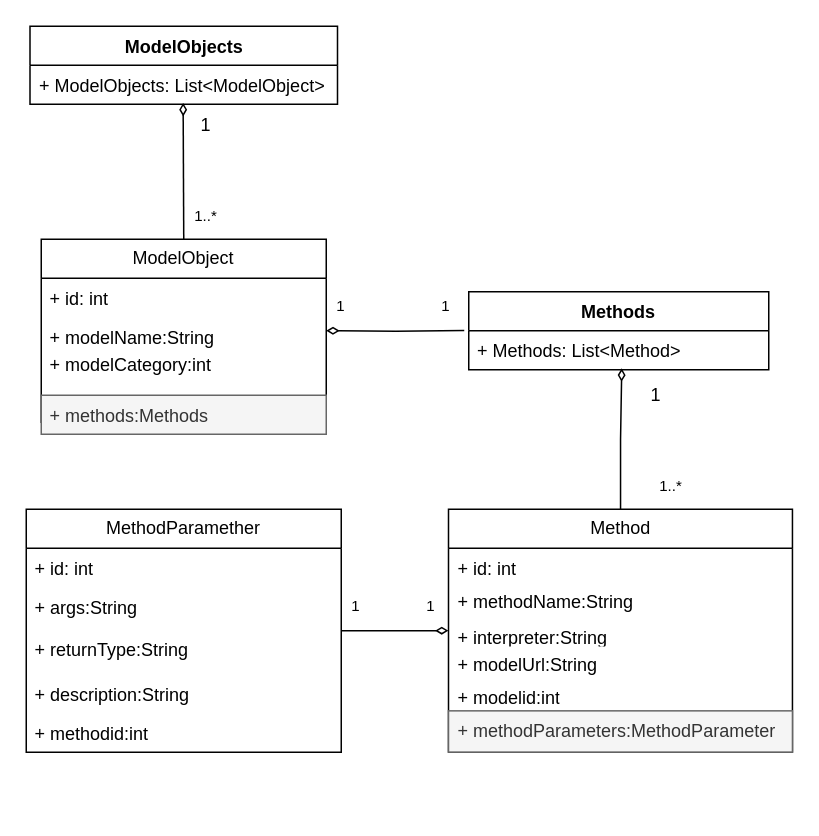
The draw.io diagram page "第 1 页" (1 of 2) of tree.drawio in liujing-maker/IDEA, before the edit. Source tidied: cells renumbered, new cells numbered last; positions are measured from the earlier drawing's top-left corner, leaving out a move shared by most shapes. Both pictures are drawn from the tidied source at 150%, with x=0, y=0 at pixel (26, 26).
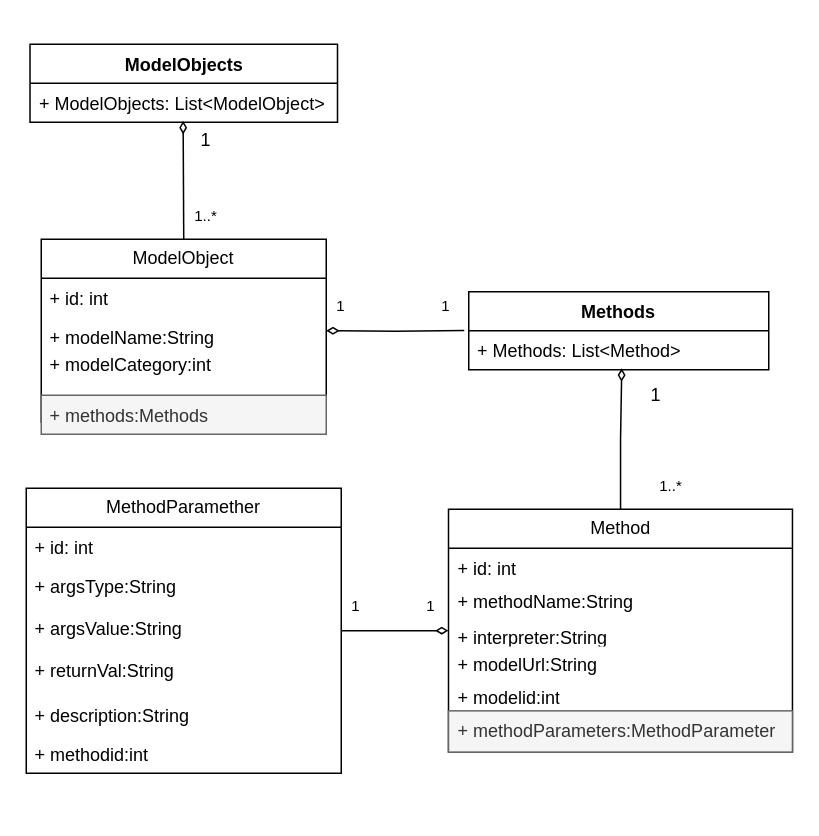
The same page after the edit.

Change to the diagram source:
```diff
@@
     <mxCell id="17" style="group;" parent="1" vertex="1">
-      <mxGeometry y="322" width="210" height="200" as="geometry" />
+      <mxGeometry y="308" width="210" height="200" as="geometry" />
     </mxCell>
     <mxCell id="18" value="MethodParamether" style="swimlane;fontStyle=0;horizontal=1;startSize=26;fillColor=none;whiteSpace=wrap;html=1;" parent="17" vertex="1">
-      <mxGeometry width="210" height="162" as="geometry" />
+      <mxGeometry width="210" height="190" as="geometry" />
     </mxCell>
@@
-    <mxCell id="20" value="+ args:String" style="text;strokeColor=none;fillColor=none;align=left;verticalAlign=top;spacingLeft=4;spacingRight=4;overflow=hidden;whiteSpace=wrap;html=1;" parent="18" vertex="1">
+    <mxCell id="20" value="+ argsType:String" style="text;strokeColor=none;fillColor=none;align=left;verticalAlign=top;spacingLeft=4;spacingRight=4;overflow=hidden;whiteSpace=wrap;html=1;" parent="18" vertex="1">
       <mxGeometry y="52" width="210" height="28" as="geometry" />
     </mxCell>
+    <mxCell id="39" value="+ argsValue:String" style="text;strokeColor=none;fillColor=none;align=left;verticalAlign=top;spacingLeft=4;spacingRight=4;overflow=hidden;whiteSpace=wrap;html=1;" parent="18" vertex="1">
+      <mxGeometry y="80" width="210" height="28" as="geometry" />
+    </mxCell>
-    <mxCell id="21" value="+&amp;nbsp;returnType:String" style="text;strokeColor=none;fillColor=none;align=left;verticalAlign=top;spacingLeft=4;spacingRight=4;overflow=hidden;whiteSpace=wrap;html=1;" parent="18" vertex="1">
-      <mxGeometry y="80" width="210" height="30" as="geometry" />
+    <mxCell id="21" value="+&amp;nbsp;returnVal:String" style="text;strokeColor=none;fillColor=none;align=left;verticalAlign=top;spacingLeft=4;spacingRight=4;overflow=hidden;whiteSpace=wrap;html=1;" parent="18" vertex="1">
+      <mxGeometry y="108" width="210" height="30" as="geometry" />
     </mxCell>
     <mxCell id="22" value="+ description:String" style="text;strokeColor=none;fillColor=none;align=left;verticalAlign=top;spacingLeft=4;spacingRight=4;overflow=hidden;whiteSpace=wrap;html=1;" parent="18" vertex="1">
-      <mxGeometry y="110" width="210" height="26" as="geometry" />
+      <mxGeometry y="138" width="210" height="26" as="geometry" />
     </mxCell>
     <mxCell id="23" value="+ methodid:int" style="text;strokeColor=none;fillColor=none;align=left;verticalAlign=top;spacingLeft=4;spacingRight=4;overflow=hidden;whiteSpace=wrap;html=1;" parent="18" vertex="1">
-      <mxGeometry y="136" width="210" height="26" as="geometry" />
+      <mxGeometry y="164" width="210" height="26" as="geometry" />
     </mxCell>
     <mxCell id="24" value="ModelObjects" style="swimlane;fontStyle=1;align=center;verticalAlign=top;horizontal=1;startSize=26;whiteSpace=wrap;html=1;" parent="1" vertex="1">
-      <mxGeometry x="2.5" width="205" height="52" as="geometry" />
+      <mxGeometry x="2.5" y="12" width="205" height="52" as="geometry" />
     </mxCell>
@@
     <mxCell id="28" value="&lt;font style=&quot;font-size: 12px;&quot;&gt;1&lt;/font&gt;" style="text;html=1;align=center;verticalAlign=middle;whiteSpace=wrap;rounded=0;" parent="1" vertex="1">
-      <mxGeometry x="110" y="62" width="20" height="8" as="geometry" />
+      <mxGeometry x="110" y="72" width="20" height="8" as="geometry" />
     </mxCell>
```
